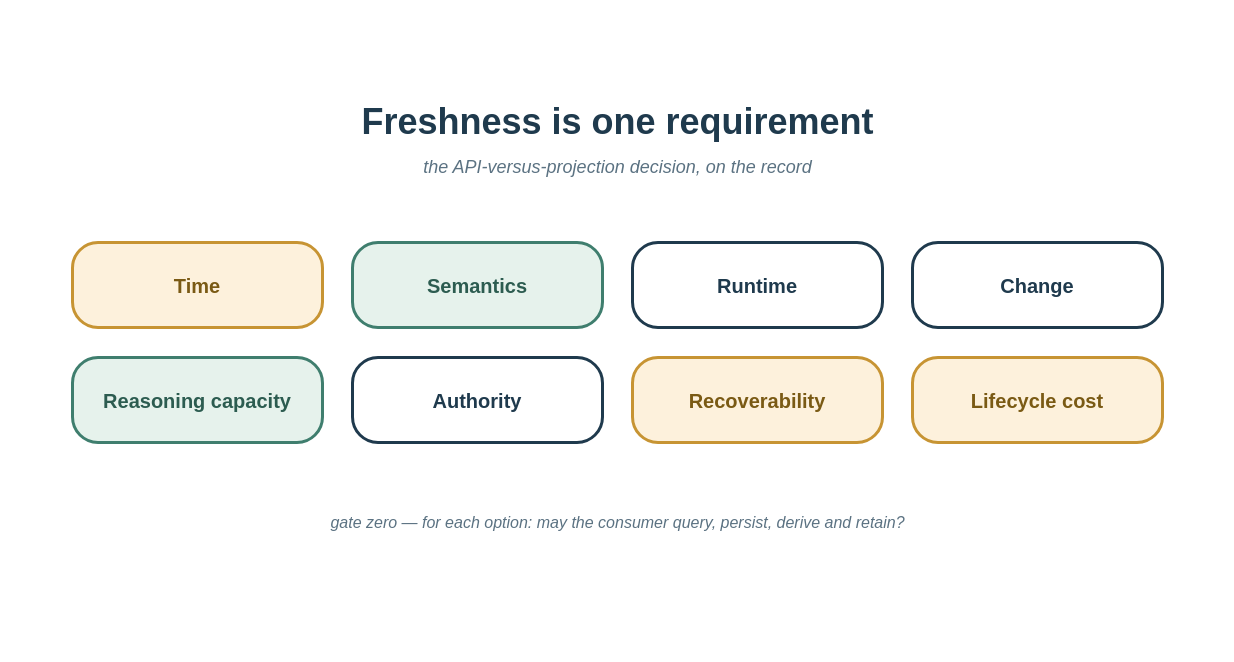
The draw.io diagram content/posts/freshness-isnt-the-only-axis/social-card.drawio in AlexeyEvlampiev/alexeyevlampiev.github.io, before the edit. Source tidied: cells renumbered, new cells numbered last; positions are measured from the earlier drawing's top-left corner, leaving out a move shared by most shapes. Both pictures are drawn from the tidied source at 100%, with x=0, y=0 at pixel (17, 17).
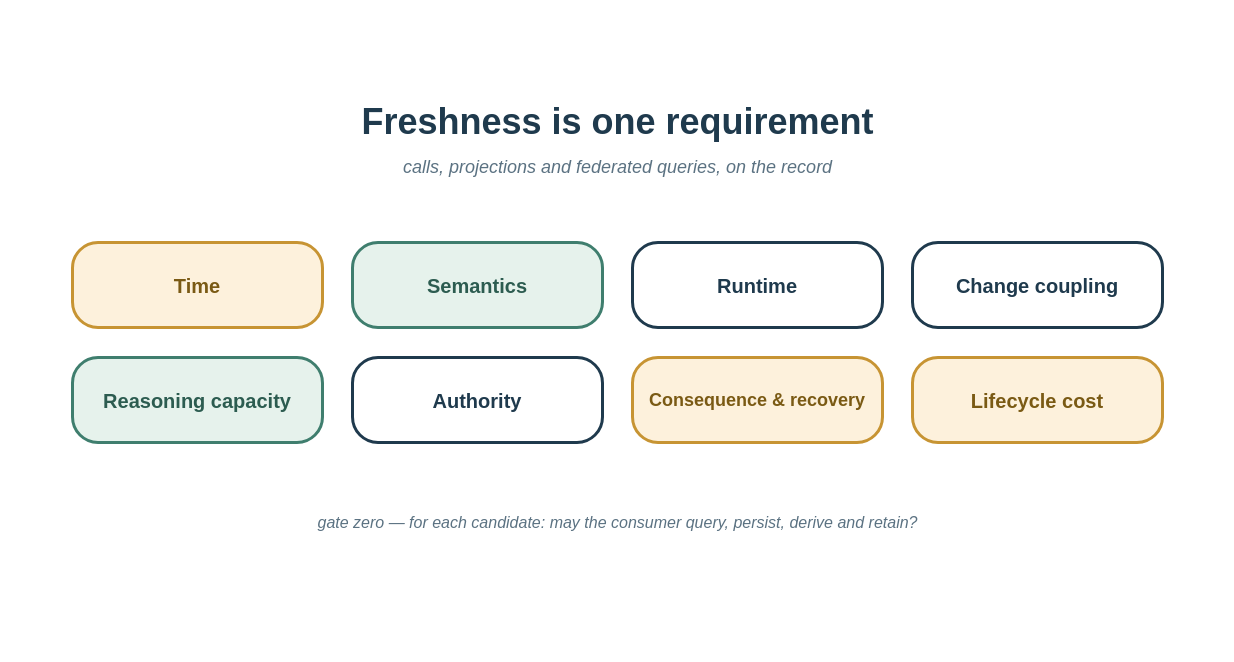
Above is the later version.

Change to the diagram source:
```diff
@@
 <mxGraphModel>
   <root>
     <mxCell id="0" />
     <mxCell id="1" parent="0" />
     <mxCell id="2" style="rounded=0;whiteSpace=wrap;html=1;fillColor=#ffffff;strokeColor=none;" parent="1" vertex="1">
       <mxGeometry width="1200" height="628" as="geometry" />
     </mxCell>
     <mxCell id="3" value="Freshness is one requirement" style="text;html=1;fontSize=36;fontStyle=1;fontColor=#1f3a4d;align=center;verticalAlign=middle;" parent="1" vertex="1">
       <mxGeometry x="100" y="80" width="1000" height="48" as="geometry" />
     </mxCell>
-    <mxCell id="4" value="the API-versus-projection decision, on the record" style="text;html=1;fontSize=18;fontStyle=2;fontColor=#5b7282;align=center;verticalAlign=middle;" parent="1" vertex="1">
+    <mxCell id="4" value="calls, projections and federated queries, on the record" style="text;html=1;fontSize=18;fontStyle=2;fontColor=#5b7282;align=center;verticalAlign=middle;" parent="1" vertex="1">
       <mxGeometry x="100" y="135" width="1000" height="30" as="geometry" />
     </mxCell>
     <mxCell id="5" value="&lt;font style=&quot;font-size:20px&quot;&gt;&lt;b&gt;Time&lt;/b&gt;&lt;/font&gt;" style="rounded=1;whiteSpace=wrap;html=1;fillColor=#fdf1dc;strokeColor=#c79433;strokeWidth=3;fontColor=#7a5a14;arcSize=30;" parent="1" vertex="1">
       <mxGeometry x="55" y="225" width="250" height="85" as="geometry" />
     </mxCell>
     <mxCell id="6" value="&lt;font style=&quot;font-size:20px&quot;&gt;&lt;b&gt;Semantics&lt;/b&gt;&lt;/font&gt;" style="rounded=1;whiteSpace=wrap;html=1;fillColor=#e6f2ec;strokeColor=#3f7e6e;strokeWidth=3;fontColor=#2c5c50;arcSize=30;" parent="1" vertex="1">
       <mxGeometry x="335" y="225" width="250" height="85" as="geometry" />
     </mxCell>
     <mxCell id="7" value="&lt;font style=&quot;font-size:20px&quot;&gt;&lt;b&gt;Runtime&lt;/b&gt;&lt;/font&gt;" style="rounded=1;whiteSpace=wrap;html=1;fillColor=#ffffff;strokeColor=#1f3a4d;strokeWidth=3;fontColor=#1f3a4d;arcSize=30;" parent="1" vertex="1">
       <mxGeometry x="615" y="225" width="250" height="85" as="geometry" />
     </mxCell>
-    <mxCell id="8" value="&lt;font style=&quot;font-size:20px&quot;&gt;&lt;b&gt;Change&lt;/b&gt;&lt;/font&gt;" style="rounded=1;whiteSpace=wrap;html=1;fillColor=#ffffff;strokeColor=#1f3a4d;strokeWidth=3;fontColor=#1f3a4d;arcSize=30;" parent="1" vertex="1">
+    <mxCell id="8" value="&lt;font style=&quot;font-size:20px&quot;&gt;&lt;b&gt;Change coupling&lt;/b&gt;&lt;/font&gt;" style="rounded=1;whiteSpace=wrap;html=1;fillColor=#ffffff;strokeColor=#1f3a4d;strokeWidth=3;fontColor=#1f3a4d;arcSize=30;" parent="1" vertex="1">
       <mxGeometry x="895" y="225" width="250" height="85" as="geometry" />
     </mxCell>
     <mxCell id="9" value="&lt;font style=&quot;font-size:20px&quot;&gt;&lt;b&gt;Reasoning capacity&lt;/b&gt;&lt;/font&gt;" style="rounded=1;whiteSpace=wrap;html=1;fillColor=#e6f2ec;strokeColor=#3f7e6e;strokeWidth=3;fontColor=#2c5c50;arcSize=30;" parent="1" vertex="1">
       <mxGeometry x="55" y="340" width="250" height="85" as="geometry" />
     </mxCell>
     <mxCell id="10" value="&lt;font style=&quot;font-size:20px&quot;&gt;&lt;b&gt;Authority&lt;/b&gt;&lt;/font&gt;" style="rounded=1;whiteSpace=wrap;html=1;fillColor=#ffffff;strokeColor=#1f3a4d;strokeWidth=3;fontColor=#1f3a4d;arcSize=30;" parent="1" vertex="1">
       <mxGeometry x="335" y="340" width="250" height="85" as="geometry" />
     </mxCell>
-    <mxCell id="11" value="&lt;font style=&quot;font-size:20px&quot;&gt;&lt;b&gt;Recoverability&lt;/b&gt;&lt;/font&gt;" style="rounded=1;whiteSpace=wrap;html=1;fillColor=#fdf1dc;strokeColor=#c79433;strokeWidth=3;fontColor=#7a5a14;arcSize=30;" parent="1" vertex="1">
+    <mxCell id="11" value="&lt;font style=&quot;font-size:18px&quot;&gt;&lt;b&gt;Consequence &amp;amp; recovery&lt;/b&gt;&lt;/font&gt;" style="rounded=1;whiteSpace=wrap;html=1;fillColor=#fdf1dc;strokeColor=#c79433;strokeWidth=3;fontColor=#7a5a14;arcSize=30;" parent="1" vertex="1">
       <mxGeometry x="615" y="340" width="250" height="85" as="geometry" />
     </mxCell>
     <mxCell id="12" value="&lt;font style=&quot;font-size:20px&quot;&gt;&lt;b&gt;Lifecycle cost&lt;/b&gt;&lt;/font&gt;" style="rounded=1;whiteSpace=wrap;html=1;fillColor=#fdf1dc;strokeColor=#c79433;strokeWidth=3;fontColor=#7a5a14;arcSize=30;" parent="1" vertex="1">
       <mxGeometry x="895" y="340" width="250" height="85" as="geometry" />
     </mxCell>
-    <mxCell id="13" value="&lt;font style=&quot;font-size:16px&quot;&gt;&lt;i&gt;gate zero &amp;#8212; for each option: may the consumer query, persist, derive and retain?&lt;/i&gt;&lt;/font&gt;" style="text;html=1;fontColor=#5b7282;align=center;verticalAlign=middle;" parent="1" vertex="1">
+    <mxCell id="13" value="&lt;font style=&quot;font-size:16px&quot;&gt;&lt;i&gt;gate zero &amp;#8212; for each candidate: may the consumer query, persist, derive and retain?&lt;/i&gt;&lt;/font&gt;" style="text;html=1;fontColor=#5b7282;align=center;verticalAlign=middle;" parent="1" vertex="1">
       <mxGeometry x="100" y="490" width="1000" height="30" as="geometry" />
     </mxCell>
   </root>
 </mxGraphModel>
```
